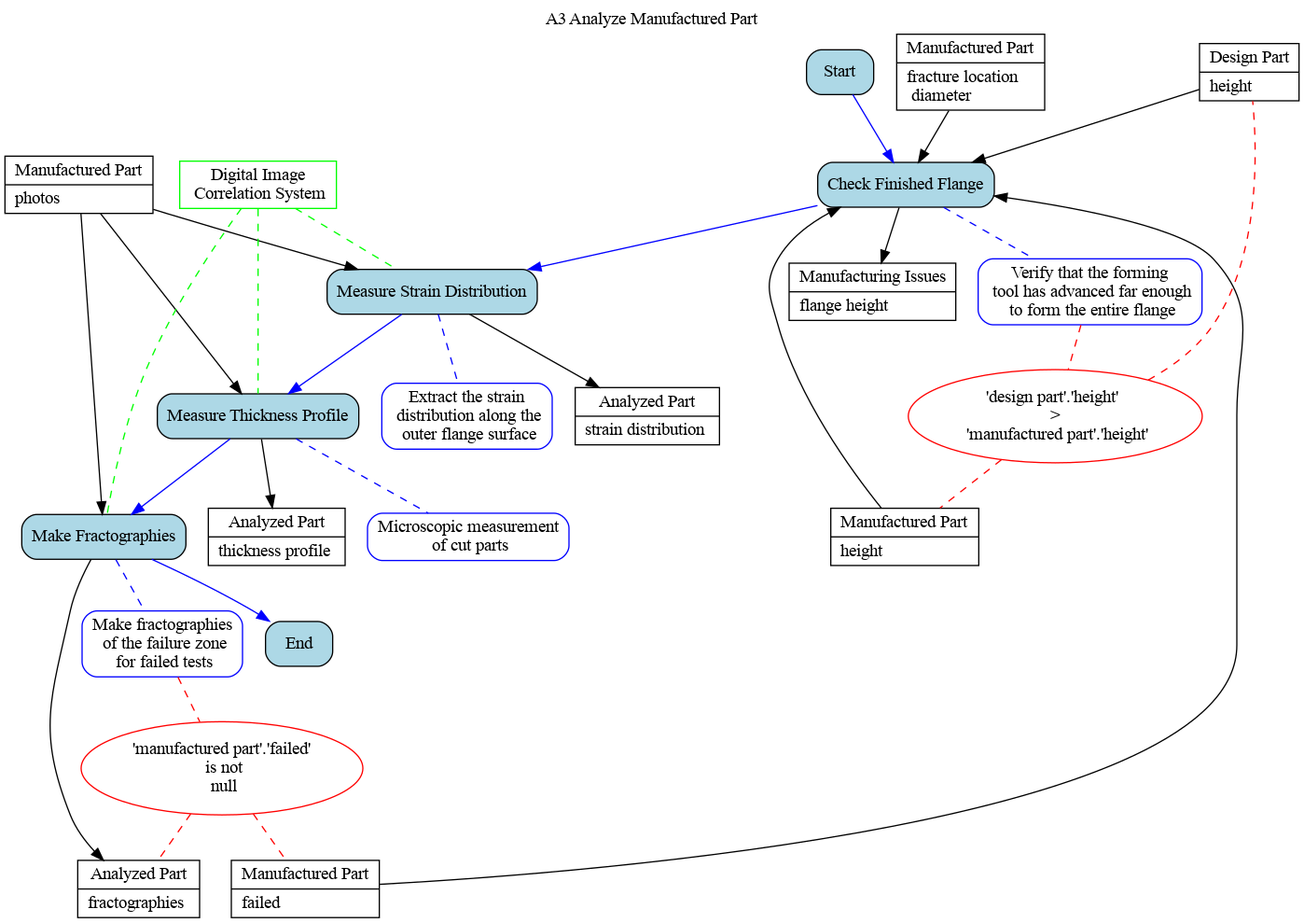
The Graphviz diagram Ontology_Layer/Behaviour_Model/07_A3.gv.png in ModelsforManufacturing/hole-flanging-by-SPIF-in-a-single-stage, before a commit. Its source is kept beside it as Ontology_Layer/Behaviour_Model/07_A3.gv.
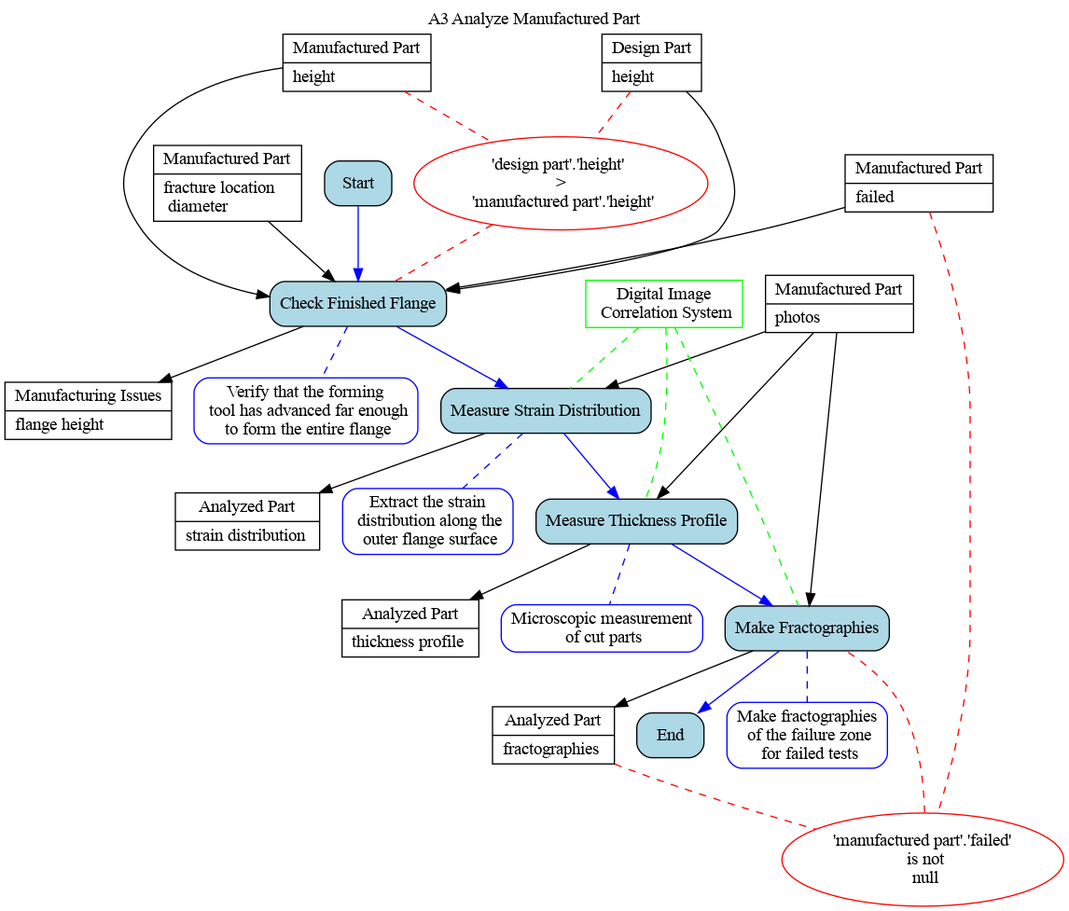
After the change.

The edit, as a diff of the source:
```diff
@@ -61,7 +61,7 @@
 c4 [label="'manufactured part'.'failed'\n is not\n null"]
 
 edge [dir=none, color=red, style=dashed]
-r1 -> c1 -> {des_part, mfd_part_h}
-r4 -> c4 -> {ana_fract, mfd_part_fail}
+{des_part, mfd_part_h} -> c1 -> t1
+{ana_fract, mfd_part_fail} -> c4 -> t4
 
 }
```
